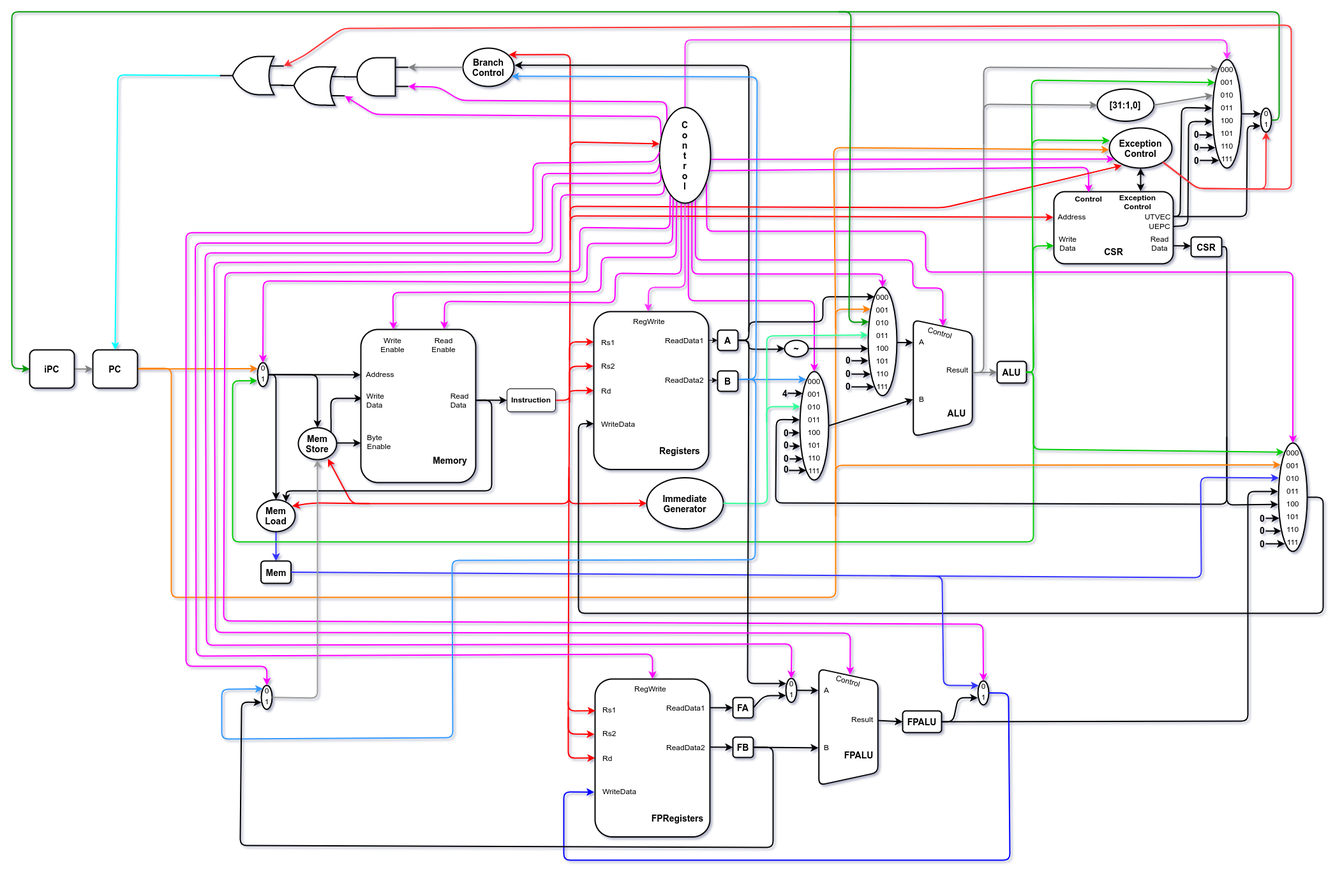
Earlier version of the draw.io export images/uarch_diagrams/multicycle-RV32IMF.png (arthurbeggs/monografia). Source tidied: cells renumbered, new cells last; positions are measured from the earlier drawing's top-left corner, leaving out a move shared by most shapes.
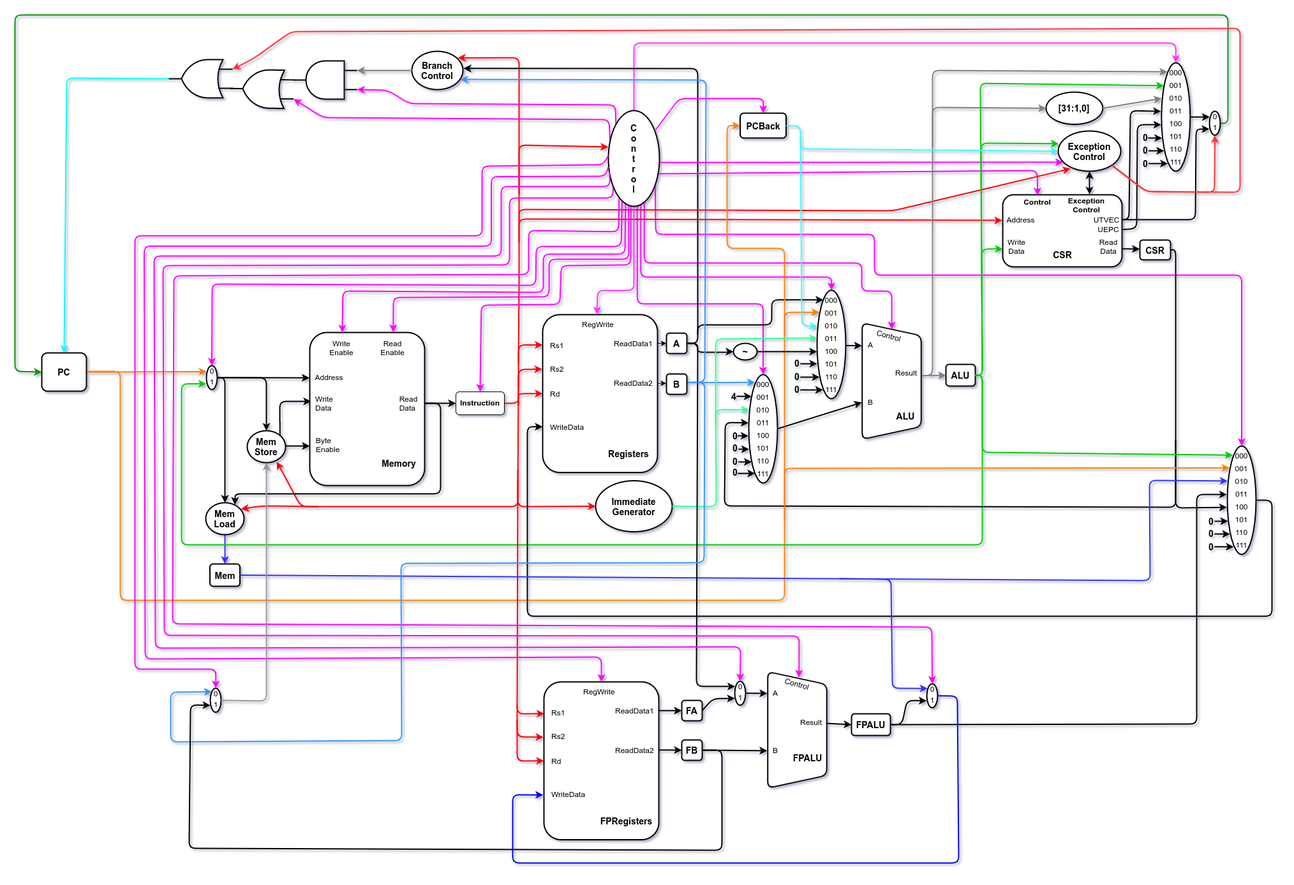
The same file after the commit.

Commit message:
Conserta diagramas do multi e adiciona o da fpga

Diff of the diagram source:
```diff
@@ -345,13 +345,14 @@
     <mxCell id="77" value="&lt;b&gt;&lt;font style=&quot;font-size: 14px&quot;&gt;0&lt;/font&gt;&lt;/b&gt;" style="text;html=1;strokeColor=none;fillColor=none;align=center;verticalAlign=middle;whiteSpace=wrap;rounded=0;" parent="1" vertex="1">
       <mxGeometry x="1852" y="202" width="10" height="20" as="geometry" />
     </mxCell>
-    <mxCell id="78" style="edgeStyle=orthogonalEdgeStyle;rounded=1;jettySize=auto;html=1;strokeWidth=2;exitX=1;exitY=0.5;exitDx=0;exitDy=0;entryX=0;entryY=0.5;entryDx=0;entryDy=0;strokeColor=#009900;" parent="1" edge="1" source="106" target="197">
+    <mxCell id="78" style="edgeStyle=orthogonalEdgeStyle;rounded=1;jettySize=auto;html=1;strokeWidth=2;exitX=1;exitY=0.5;exitDx=0;exitDy=0;entryX=0;entryY=0.5;entryDx=0;entryDy=0;strokeColor=#009900;" parent="1" edge="1" source="106" target="5">
       <mxGeometry relative="1" as="geometry">
         <Array as="points">
           <mxPoint x="1986" y="170" />
           <mxPoint x="1986" />
-          <mxPoint />
-          <mxPoint y="559" />
+          <mxPoint x="85" />
+          <mxPoint x="85" y="559" />
+          <mxPoint x="127" y="559" />
         </Array>
       </mxGeometry>
     </mxCell>
@@ -642,23 +643,23 @@
     <mxCell id="140" style="endArrow=classic;html=1;entryX=0.217;entryY=0.072;entryDx=0;entryDy=0;strokeWidth=2;exitX=1.002;exitY=0.421;exitDx=0;exitDy=0;exitPerimeter=0;entryPerimeter=0;strokeColor=#3399FF;" parent="1" edge="1" source="266" target="154">
       <mxGeometry relative="1" as="geometry" />
     </mxCell>
-    <mxCell id="141" style="endArrow=classic;html=1;strokeWidth=2;strokeColor=#FF00FF;entryX=0.726;entryY=-0.002;entryDx=0;entryDy=0;entryPerimeter=0;exitX=0.425;exitY=1;exitDx=0;exitDy=0;exitPerimeter=0;" parent="1" edge="1" source="245" target="113">
+    <mxCell id="141" style="endArrow=classic;html=1;strokeWidth=2;strokeColor=#FF00FF;entryX=0.726;entryY=-0.002;entryDx=0;entryDy=0;entryPerimeter=0;exitX=0.398;exitY=0.993;exitDx=0;exitDy=0;exitPerimeter=0;" parent="1" edge="1" source="245" target="113">
       <mxGeometry relative="1" as="geometry">
         <Array as="points">
-          <mxPoint x="1049" y="411" />
-          <mxPoint x="946" y="410" />
-          <mxPoint x="945" y="456" />
-          <mxPoint x="678" y="454" />
+          <mxPoint x="1047" y="383" />
+          <mxPoint x="922" y="383" />
+          <mxPoint x="922" y="442" />
+          <mxPoint x="678" y="443" />
         </Array>
       </mxGeometry>
     </mxCell>
     <mxCell id="142" style="endArrow=classic;html=1;strokeWidth=2;entryX=0.283;entryY=0;entryDx=0;entryDy=0;entryPerimeter=0;exitX=0.336;exitY=0.979;exitDx=0;exitDy=0;exitPerimeter=0;strokeColor=#FF00FF;" parent="1" edge="1" source="245" target="113">
       <mxGeometry relative="1" as="geometry">
         <Array as="points">
-          <mxPoint x="1041" y="385" />
-          <mxPoint x="924" y="385" />
-          <mxPoint x="923" y="439" />
-          <mxPoint x="597" y="440" />
+          <mxPoint x="1041" y="375" />
+          <mxPoint x="913" y="375" />
+          <mxPoint x="913" y="435" />
+          <mxPoint x="599" y="433" />
         </Array>
       </mxGeometry>
     </mxCell>
@@ -822,14 +823,6 @@
     <mxCell id="185" style="endArrow=classic;html=1;strokeWidth=2;entryX=0;entryY=0.5;entryDx=0;entryDy=0;exitX=0.453;exitY=-0.008;exitDx=0;exitDy=0;exitPerimeter=0;strokeColor=#808080;" parent="1" edge="1" source="15" target="184">
       <mxGeometry relative="1" as="geometry" />
     </mxCell>
-    <mxCell id="186" style="endArrow=classic;html=1;strokeWidth=2;strokeColor=#FF8000;entryX=-0.006;entryY=0.543;entryDx=0;entryDy=0;entryPerimeter=0;" parent="1" edge="1" target="101">
-      <mxGeometry relative="1" as="geometry">
-        <mxPoint x="1291" y="497" as="sourcePoint" />
-        <Array as="points">
-          <mxPoint x="1288" y="213" />
-        </Array>
-      </mxGeometry>
-    </mxCell>
     <mxCell id="187" style="endArrow=classic;html=1;strokeWidth=2;exitX=0.455;exitY=-0.008;exitDx=0;exitDy=0;exitPerimeter=0;entryX=0.201;entryY=0.083;entryDx=0;entryDy=0;entryPerimeter=0;strokeColor=#808080;" parent="1" edge="1" source="15" target="65">
       <mxGeometry relative="1" as="geometry">
         <Array as="points">
@@ -874,12 +867,6 @@
     <mxCell id="195" style="endArrow=classic;html=1;strokeColor=#808080;strokeWidth=2;entryX=0.004;entryY=0.328;entryDx=0;entryDy=0;entryPerimeter=0;exitX=1;exitY=0.5;exitDx=0;exitDy=0;" parent="1" edge="1" source="191" target="65">
       <mxGeometry relative="1" as="geometry" />
     </mxCell>
-    <mxCell id="196" style="edgeStyle=orthogonalEdgeStyle;rounded=0;jettySize=auto;html=1;entryX=0;entryY=0.5;entryDx=0;entryDy=0;strokeColor=#808080;strokeWidth=2;" parent="1" edge="1" source="197" target="5">
-      <mxGeometry relative="1" as="geometry" />
-    </mxCell>
-    <mxCell id="197" value="&lt;b&gt;&lt;font style=&quot;font-size: 14px&quot;&gt;iPC&lt;/font&gt;&lt;/b&gt;" style="rounded=1;whiteSpace=wrap;html=1;strokeWidth=2;" parent="1" vertex="1">
-      <mxGeometry x="28" y="530" width="70" height="60" as="geometry" />
-    </mxCell>
     <mxCell id="198" style="verticalLabelPosition=bottom;shadow=0;dashed=0;align=center;html=1;verticalAlign=top;shape=mxgraph.electrical.logic_gates.logic_gate;operation=and;strokeWidth=2;rotation=-180;" parent="1" vertex="1">
       <mxGeometry x="521" y="72" width="100" height="60" as="geometry" />
     </mxCell>
@@ -892,7 +879,7 @@
     <mxCell id="201" style="edgeStyle=orthogonalEdgeStyle;rounded=0;jettySize=auto;html=1;entryX=0;entryY=0.75;entryDx=0;entryDy=0;entryPerimeter=0;strokeColor=#808080;strokeWidth=2;" parent="1" edge="1" source="80" target="198">
       <mxGeometry relative="1" as="geometry" />
     </mxCell>
-    <mxCell id="202" style="endArrow=classic;html=1;strokeWidth=2;strokeColor=#FF00FF;entryX=0;entryY=0.25;entryDx=0;entryDy=0;entryPerimeter=0;exitX=0;exitY=0;exitDx=0;exitDy=0;" parent="1" edge="1" source="245" target="198">
+    <mxCell id="202" style="endArrow=classic;html=1;strokeWidth=2;entryX=0;entryY=0.25;entryDx=0;entryDy=0;entryPerimeter=0;exitX=0;exitY=0;exitDx=0;exitDy=0;strokeColor=#FF00FF;" parent="1" edge="1" source="245" target="198">
       <mxGeometry relative="1" as="geometry">
         <Array as="points">
           <mxPoint x="1026" y="141" />
@@ -1155,15 +1142,6 @@
         </Array>
       </mxGeometry>
     </mxCell>
-    <mxCell id="251" style="endArrow=classic;html=1;strokeColor=#009900;strokeWidth=2;entryX=0.027;entryY=0.319;entryDx=0;entryDy=0;entryPerimeter=0;" parent="1" edge="1" target="144">
-      <mxGeometry relative="1" as="geometry">
-        <mxPoint x="1296" as="sourcePoint" />
-        <Array as="points">
-          <mxPoint x="1315" />
-          <mxPoint x="1312" y="487" />
-        </Array>
-      </mxGeometry>
-    </mxCell>
     <mxCell id="252" style="group;" parent="1" vertex="1">
       <mxGeometry x="1514" y="1049" width="17" height="37.5" as="geometry" />
     </mxCell>
@@ -1260,5 +1238,52 @@
         </Array>
       </mxGeometry>
     </mxCell>
+    <mxCell id="268" style="endArrow=classic;html=1;strokeWidth=2;strokeColor=#FF00FF;entryX=0.5;entryY=0;entryDx=0;entryDy=0;exitX=0.441;exitY=1.004;exitDx=0;exitDy=0;exitPerimeter=0;" parent="1" edge="1" source="245" target="128">
+      <mxGeometry relative="1" as="geometry">
+        <Array as="points">
+          <mxPoint x="1050" y="392" />
+          <mxPoint x="941" y="393" />
+          <mxPoint x="939" y="454" />
+          <mxPoint x="816" y="455" />
+        </Array>
+      </mxGeometry>
+    </mxCell>
+    <mxCell id="269" value="&lt;b&gt;&lt;font style=&quot;font-size: 14px&quot;&gt;PCBack&lt;/font&gt;&lt;/b&gt;" style="rounded=1;whiteSpace=wrap;html=1;strokeWidth=2;" parent="1" vertex="1">
+      <mxGeometry x="1221.5" y="154" width="72" height="39" as="geometry" />
+    </mxCell>
+    <mxCell id="270" style="edgeStyle=orthogonalEdgeStyle;rounded=1;jettySize=auto;html=1;strokeWidth=2;entryX=0;entryY=0.5;entryDx=0;entryDy=0;strokeColor=#FF8000;" parent="1" edge="1" target="269">
+      <mxGeometry relative="1" as="geometry">
+        <mxPoint x="1291" y="502" as="sourcePoint" />
+        <Array as="points">
+          <mxPoint x="1291" y="366" />
+          <mxPoint x="1201" y="366" />
+          <mxPoint x="1201" y="174" />
+        </Array>
+      </mxGeometry>
+    </mxCell>
+    <mxCell id="271" style="endArrow=classic;html=1;strokeColor=#33FFFF;exitX=1;exitY=0.5;exitDx=0;exitDy=0;entryX=0;entryY=0.5;entryDx=0;entryDy=0;strokeWidth=2;" parent="1" edge="1" source="269" target="101">
+      <mxGeometry relative="1" as="geometry">
+        <Array as="points">
+          <mxPoint x="1316" y="174" />
+          <mxPoint x="1316" y="210" />
+        </Array>
+      </mxGeometry>
+    </mxCell>
+    <mxCell id="272" style="endArrow=classic;html=1;strokeColor=#33FFFF;strokeWidth=2;entryX=0.008;entryY=0.333;entryDx=0;entryDy=0;entryPerimeter=0;" parent="1" edge="1" target="144">
+      <mxGeometry relative="1" as="geometry">
+        <mxPoint x="1316" y="190" as="sourcePoint" />
+        <Array as="points">
+          <mxPoint x="1318" y="487" />
+        </Array>
+      </mxGeometry>
+    </mxCell>
+    <mxCell id="273" style="endArrow=classic;html=1;strokeColor=#FF00FF;strokeWidth=2;entryX=0.5;entryY=0;entryDx=0;entryDy=0;" parent="1" edge="1" source="245" target="269">
+      <mxGeometry relative="1" as="geometry">
+        <Array as="points">
+          <mxPoint x="1126" y="131" />
+          <mxPoint x="1258" y="131" />
+        </Array>
+      </mxGeometry>
+    </mxCell>
   </root>
 </mxGraphModel>
```
